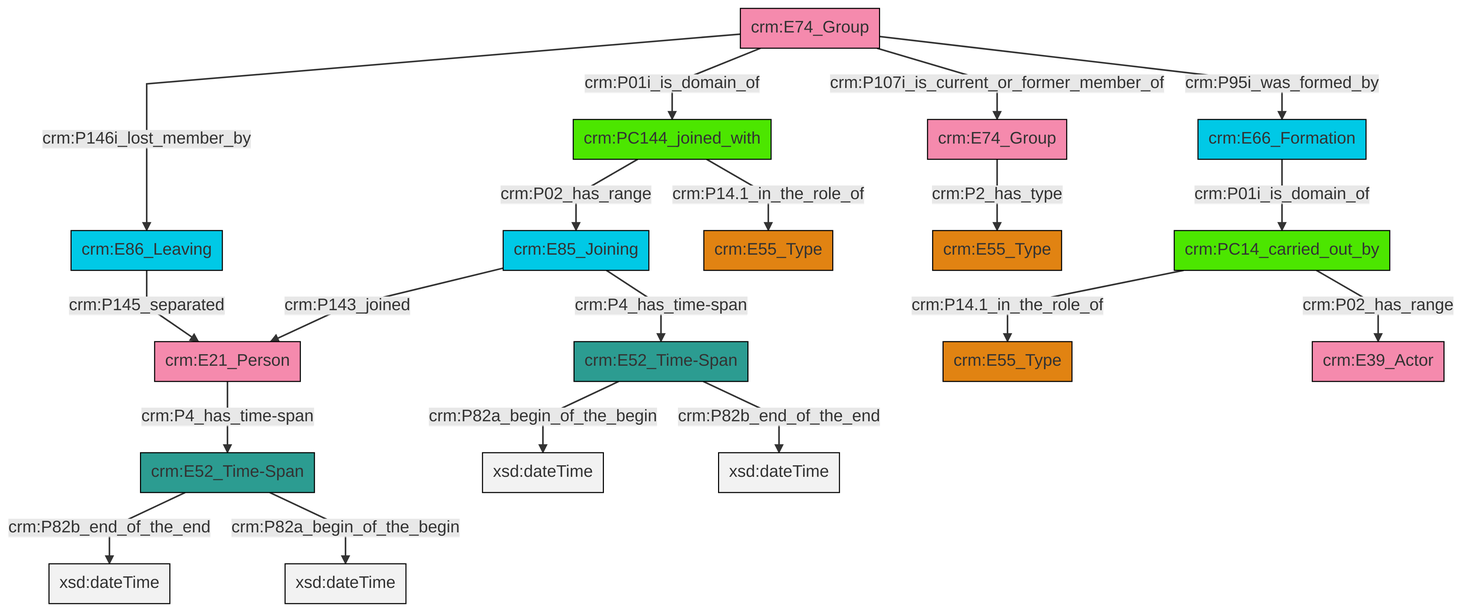
The Mermaid diagram et/groupCSV/ttl/mmd/png/group_actor_relations.png in swiss-art-research-net/reference-data-models, before a commit. Its source is kept beside it as et/groupCSV/ttl/mmd/group_actor_relations.ttl.mmd.
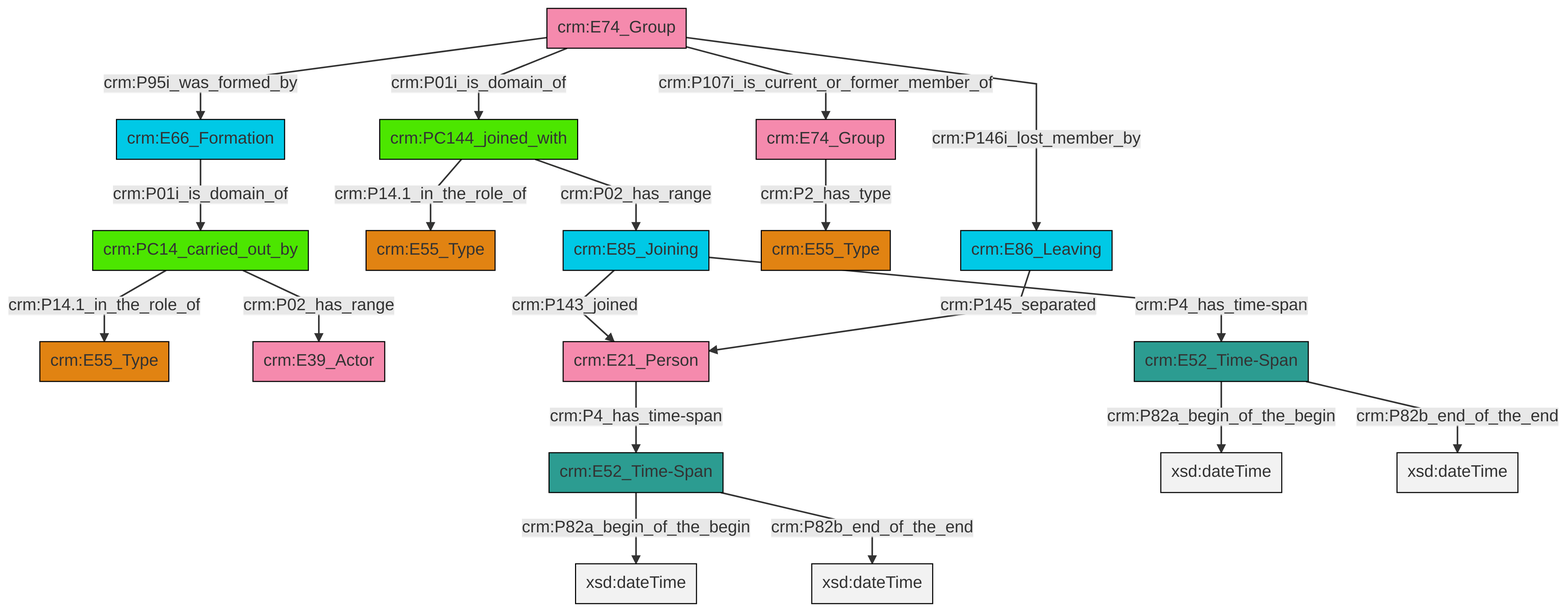
The same file after the commit.

What changed in the source:
```diff
@@ -13,21 +13,21 @@
 classDef PC_Classes fill:#4ce600, stroke:#000000;
 classDef Multi fill:#cccccc,stroke:#000000;
 
-0["crm:E85_Joining"]:::Temporal_Entity -->|crm:P143_joined| 1["crm:E21_Person"]:::Actor
-2["crm:E74_Group"]:::Actor -->|crm:P146i_lost_member_by| 3["crm:E86_Leaving"]:::Temporal_Entity
-4["crm:E52_Time-Span"]:::Time-Span -->|crm:P82a_begin_of_the_begin| 5[xsd:dateTime]:::Literal
-2["crm:E74_Group"]:::Actor -->|crm:P01i_is_domain_of| 8["crm:PC144_joined_with"]:::PC_Classes
-0["crm:E85_Joining"]:::Temporal_Entity -->|crm:P4_has_time-span| 4["crm:E52_Time-Span"]:::Time-Span
-15["crm:E74_Group"]:::Actor -->|crm:P2_has_type| 17["crm:E55_Type"]:::Type
-8["crm:PC144_joined_with"]:::PC_Classes -->|crm:P02_has_range| 0["crm:E85_Joining"]:::Temporal_Entity
-4["crm:E52_Time-Span"]:::Time-Span -->|crm:P82b_end_of_the_end| 25[xsd:dateTime]:::Literal
-10["crm:PC14_carried_out_by"]:::PC_Classes -->|crm:P14.1_in_the_role_of| 6["crm:E55_Type"]:::Type
-8["crm:PC144_joined_with"]:::PC_Classes -->|crm:P14.1_in_the_role_of| 28["crm:E55_Type"]:::Type
-3["crm:E86_Leaving"]:::Temporal_Entity -->|crm:P145_separated| 1["crm:E21_Person"]:::Actor
-23["crm:E66_Formation"]:::Temporal_Entity -->|crm:P01i_is_domain_of| 10["crm:PC14_carried_out_by"]:::PC_Classes
-2["crm:E74_Group"]:::Actor -->|crm:P107i_is_current_or_former_member_of| 15["crm:E74_Group"]:::Actor
-2["crm:E74_Group"]:::Actor -->|crm:P95i_was_formed_by| 23["crm:E66_Formation"]:::Temporal_Entity
-19["crm:E52_Time-Span"]:::Time-Span -->|crm:P82b_end_of_the_end| 32[xsd:dateTime]:::Literal
-10["crm:PC14_carried_out_by"]:::PC_Classes -->|crm:P02_has_range| 21["crm:E39_Actor"]:::Actor
-1["crm:E21_Person"]:::Actor -->|crm:P4_has_time-span| 19["crm:E52_Time-Span"]:::Time-Span
-19["crm:E52_Time-Span"]:::Time-Span -->|crm:P82a_begin_of_the_begin| 34[xsd:dateTime]:::Literal
+2["crm:PC14_carried_out_by"]:::PC_Classes -->|crm:P02_has_range| 3["crm:E39_Actor"]:::Actor
+4["crm:PC144_joined_with"]:::PC_Classes -->|crm:P14.1_in_the_role_of| 5["crm:E55_Type"]:::Type
+8["crm:E85_Joining"]:::Temporal_Entity -->|crm:P143_joined| 6["crm:E21_Person"]:::Actor
+9["crm:E74_Group"]:::Actor -->|crm:P2_has_type| 10["crm:E55_Type"]:::Type
+14["crm:E74_Group"]:::Actor -->|crm:P01i_is_domain_of| 4["crm:PC144_joined_with"]:::PC_Classes
+15["crm:E66_Formation"]:::Temporal_Entity -->|crm:P01i_is_domain_of| 2["crm:PC14_carried_out_by"]:::PC_Classes
+17["crm:E52_Time-Span"]:::Time-Span -->|crm:P82a_begin_of_the_begin| 18[xsd:dateTime]:::Literal
+17["crm:E52_Time-Span"]:::Time-Span -->|crm:P82b_end_of_the_end| 19[xsd:dateTime]:::Literal
+12["crm:E52_Time-Span"]:::Time-Span -->|crm:P82a_begin_of_the_begin| 21[xsd:dateTime]:::Literal
+14["crm:E74_Group"]:::Actor -->|crm:P146i_lost_member_by| 22["crm:E86_Leaving"]:::Temporal_Entity
+12["crm:E52_Time-Span"]:::Time-Span -->|crm:P82b_end_of_the_end| 24[xsd:dateTime]:::Literal
+4["crm:PC144_joined_with"]:::PC_Classes -->|crm:P02_has_range| 8["crm:E85_Joining"]:::Temporal_Entity
+14["crm:E74_Group"]:::Actor -->|crm:P95i_was_formed_by| 15["crm:E66_Formation"]:::Temporal_Entity
+14["crm:E74_Group"]:::Actor -->|crm:P107i_is_current_or_former_member_of| 9["crm:E74_Group"]:::Actor
+6["crm:E21_Person"]:::Actor -->|crm:P4_has_time-span| 17["crm:E52_Time-Span"]:::Time-Span
+2["crm:PC14_carried_out_by"]:::PC_Classes -->|crm:P14.1_in_the_role_of| 0["crm:E55_Type"]:::Type
+22["crm:E86_Leaving"]:::Temporal_Entity -->|crm:P145_separated| 6["crm:E21_Person"]:::Actor
+8["crm:E85_Joining"]:::Temporal_Entity -->|crm:P4_has_time-span| 12["crm:E52_Time-Span"]:::Time-Span
```
